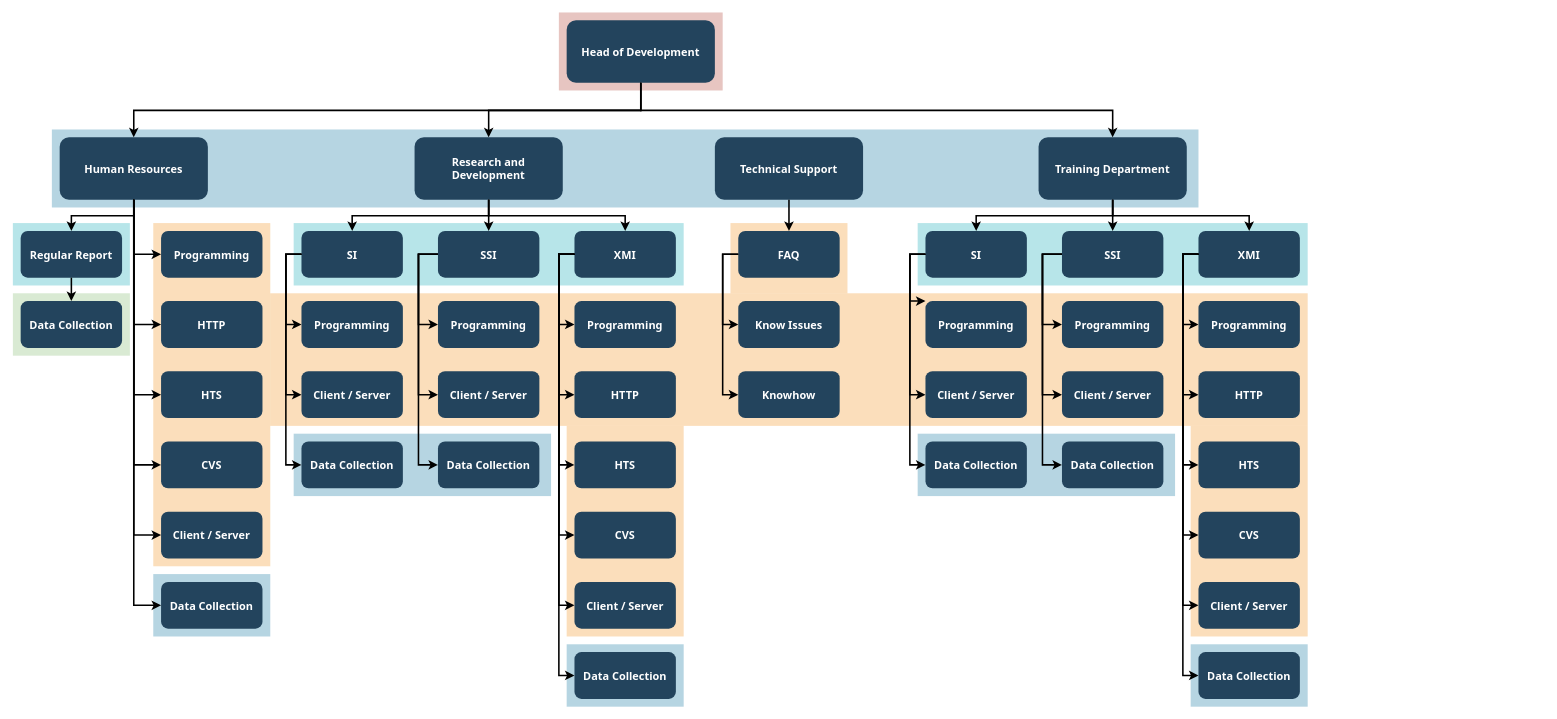
Before: Linux Diagram.drawio in GIS142857/UML, a draw.io diagram. Source tidied: cells renumbered, new cells numbered last; positions are measured from the earlier drawing's top-left corner, leaving out a move shared by most shapes. Both pictures are drawn from the tidied source at 78%, with x=0, y=0 at pixel (12, 12).
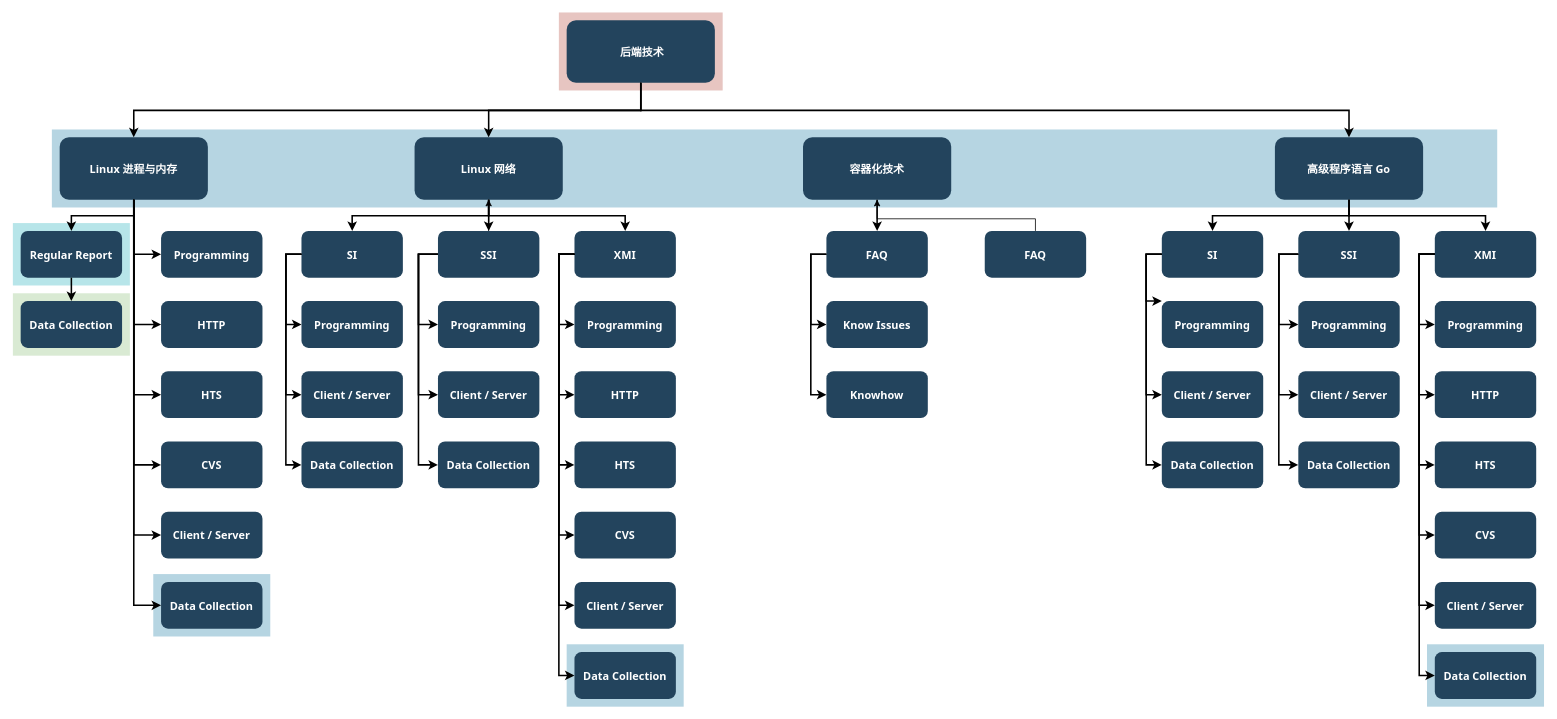
After the change.

The change refers to these unchanged cells:
```xml
<mxCell id="36" value="SSI" style="rounded=1;fillColor=#23445D;gradientColor=none;strokeColor=none;fontColor=#FFFFFF;fontStyle=1;fontFamily=Tahoma;fontSize=14;" parent="1" vertex="1">
  <mxGeometry x="545" y="279.5" width="130" height="60" as="geometry" />
</mxCell>
```

The edit, as a diff of the source:
```diff
@@
     <mxCell id="3" style="fillColor=#10739E;strokeColor=none;opacity=30;" parent="1" vertex="1">
-      <mxGeometry x="50" y="149.5" width="1470" height="100" as="geometry" />
+      <mxGeometry x="50" y="149.5" width="1853" height="100" as="geometry" />
     </mxCell>
-    <mxCell id="4" style="fillColor=#F2931E;strokeColor=none;opacity=30;" parent="1" vertex="1">
-      <mxGeometry x="1510" y="529.5" width="150" height="270" as="geometry" />
-    </mxCell>
-    <mxCell id="5" style="fillColor=#F2931E;strokeColor=none;opacity=30;" parent="1" vertex="1">
-      <mxGeometry x="920" y="269.5" width="150" height="90" as="geometry" />
-    </mxCell>
-    <mxCell id="6" style="fillColor=#F2931E;strokeColor=none;opacity=30;" parent="1" vertex="1">
-      <mxGeometry x="710" y="529.5" width="150" height="270" as="geometry" />
-    </mxCell>
-    <mxCell id="7" style="fillColor=#F2931E;strokeColor=none;opacity=30;" parent="1" vertex="1">
-      <mxGeometry x="180" y="269.5" width="150" height="440" as="geometry" />
-    </mxCell>
-    <mxCell id="8" style="fillColor=#F2931E;strokeColor=none;opacity=30;" parent="1" vertex="1">
-      <mxGeometry x="330" y="359.5" width="1330" height="170" as="geometry" />
-    </mxCell>
     <mxCell id="9" style="fillColor=#10739E;strokeColor=none;opacity=30;" parent="1" vertex="1">
-      <mxGeometry x="1510" y="809.5" width="150" height="80" as="geometry" />
+      <mxGeometry x="1813" y="809.5" width="150" height="80" as="geometry" />
     </mxCell>
-    <mxCell id="10" style="fillColor=#10739E;strokeColor=none;opacity=30;" parent="1" vertex="1">
-      <mxGeometry x="1160" y="539.5" width="330" height="80" as="geometry" />
-    </mxCell>
@@
-    <mxCell id="12" style="fillColor=#10739E;strokeColor=none;opacity=30;" parent="1" vertex="1">
-      <mxGeometry x="360" y="539.5" width="330" height="80" as="geometry" />
-    </mxCell>
@@
-    <mxCell id="15" style="fillColor=#12AAB5;strokeColor=none;opacity=30;" parent="1" vertex="1">
-      <mxGeometry x="1160" y="269.5" width="500" height="80" as="geometry" />
-    </mxCell>
-    <mxCell id="16" style="fillColor=#12AAB5;strokeColor=none;opacity=30;" parent="1" vertex="1">
-      <mxGeometry x="360" y="269.5" width="500" height="80" as="geometry" />
-    </mxCell>
@@
-    <mxCell id="18" value="Head of Development" style="rounded=1;fillColor=#23445D;gradientColor=none;strokeColor=none;fontColor=#FFFFFF;fontStyle=1;fontFamily=Tahoma;fontSize=14;" parent="1" vertex="1">
+    <mxCell id="18" value=" 后端技术" style="rounded=1;fillColor=#23445D;gradientColor=none;strokeColor=none;fontColor=#FFFFFF;fontStyle=1;fontFamily=Tahoma;fontSize=14;" parent="1" vertex="1">
       <mxGeometry x="710" y="9.5" width="190" height="80" as="geometry" />
     </mxCell>
-    <mxCell id="19" value="Training Department" style="rounded=1;fillColor=#23445D;gradientColor=none;strokeColor=none;fontColor=#FFFFFF;fontStyle=1;fontFamily=Tahoma;fontSize=14;" parent="1" vertex="1">
-      <mxGeometry x="1315" y="159.5" width="190" height="80" as="geometry" />
+    <mxCell id="19" value="高级程序语言 Go" style="rounded=1;fillColor=#23445D;gradientColor=none;strokeColor=none;fontColor=#FFFFFF;fontStyle=1;fontFamily=Tahoma;fontSize=14;" parent="1" vertex="1">
+      <mxGeometry x="1618" y="159.5" width="190" height="80" as="geometry" />
     </mxCell>
@@
-    <mxCell id="21" value="Technical Support" style="rounded=1;fillColor=#23445D;gradientColor=none;strokeColor=none;fontColor=#FFFFFF;fontStyle=1;fontFamily=Tahoma;fontSize=14;" parent="1" vertex="1">
-      <mxGeometry x="900" y="159.5" width="190" height="80" as="geometry" />
+    <mxCell id="21" value="容器化技术" style="rounded=1;fillColor=#23445D;gradientColor=none;strokeColor=none;fontColor=#FFFFFF;fontStyle=1;fontFamily=Tahoma;fontSize=14;" parent="1" vertex="1">
+      <mxGeometry x="1013" y="159.5" width="190" height="80" as="geometry" />
     </mxCell>
-    <mxCell id="22" value="Research and &#10;Development" style="rounded=1;fillColor=#23445D;gradientColor=none;strokeColor=none;fontColor=#FFFFFF;fontStyle=1;fontFamily=Tahoma;fontSize=14;" parent="1" vertex="1">
+    <mxCell id="22" value="Linux 网络" style="rounded=1;fillColor=#23445D;gradientColor=none;strokeColor=none;fontColor=#FFFFFF;fontStyle=1;fontFamily=Tahoma;fontSize=14;" parent="1" vertex="1">
       <mxGeometry x="515" y="159.5" width="190" height="80" as="geometry" />
     </mxCell>
-    <mxCell id="23" value="Human Resources" style="rounded=1;fillColor=#23445D;gradientColor=none;strokeColor=none;fontColor=#FFFFFF;fontStyle=1;fontFamily=Tahoma;fontSize=14;" parent="1" vertex="1">
+    <mxCell id="23" value="Linux 进程与内存" style="rounded=1;fillColor=#23445D;gradientColor=none;strokeColor=none;fontColor=#FFFFFF;fontStyle=1;fontFamily=Tahoma;fontSize=14;" parent="1" vertex="1">
       <mxGeometry x="60" y="159.5" width="190" height="80" as="geometry" />
     </mxCell>
@@
+    <mxCell id="108" style="edgeStyle=orthogonalEdgeStyle;rounded=0;jettySize=auto;html=1;" parent="1" edge="1" source="36" target="22">
+      <mxGeometry relative="1" as="geometry" />
+    </mxCell>
@@
     <mxCell id="47" value="FAQ" style="rounded=1;fillColor=#23445D;gradientColor=none;strokeColor=none;fontColor=#FFFFFF;fontStyle=1;fontFamily=Tahoma;fontSize=14;" parent="1" vertex="1">
-      <mxGeometry x="930" y="279.5" width="130" height="60" as="geometry" />
+      <mxGeometry x="1043" y="279.5" width="130" height="60" as="geometry" />
     </mxCell>
     <mxCell id="48" value="Know Issues" style="rounded=1;fillColor=#23445D;gradientColor=none;strokeColor=none;fontColor=#FFFFFF;fontStyle=1;fontFamily=Tahoma;fontSize=14;" parent="1" vertex="1">
-      <mxGeometry x="930" y="369.5" width="130" height="60" as="geometry" />
+      <mxGeometry x="1043" y="369.5" width="130" height="60" as="geometry" />
     </mxCell>
     <mxCell id="49" value="Knowhow" style="rounded=1;fillColor=#23445D;gradientColor=none;strokeColor=none;fontColor=#FFFFFF;fontStyle=1;fontFamily=Tahoma;fontSize=14;" parent="1" vertex="1">
-      <mxGeometry x="930" y="459.5" width="130" height="60" as="geometry" />
+      <mxGeometry x="1043" y="459.5" width="130" height="60" as="geometry" />
     </mxCell>
     <mxCell id="50" value="SI" style="rounded=1;fillColor=#23445D;gradientColor=none;strokeColor=none;fontColor=#FFFFFF;fontStyle=1;fontFamily=Tahoma;fontSize=14;" parent="1" vertex="1">
-      <mxGeometry x="1170" y="279.5" width="130" height="60" as="geometry" />
+      <mxGeometry x="1473" y="279.5" width="130" height="60" as="geometry" />
     </mxCell>
     <mxCell id="51" value="Programming" style="rounded=1;fillColor=#23445D;gradientColor=none;strokeColor=none;fontColor=#FFFFFF;fontStyle=1;fontFamily=Tahoma;fontSize=14;" parent="1" vertex="1">
-      <mxGeometry x="1170" y="369.5" width="130" height="60" as="geometry" />
+      <mxGeometry x="1473" y="369.5" width="130" height="60" as="geometry" />
     </mxCell>
     <mxCell id="52" value="Client / Server" style="rounded=1;fillColor=#23445D;gradientColor=none;strokeColor=none;fontColor=#FFFFFF;fontStyle=1;fontFamily=Tahoma;fontSize=14;" parent="1" vertex="1">
-      <mxGeometry x="1170" y="459.5" width="130" height="60" as="geometry" />
+      <mxGeometry x="1473" y="459.5" width="130" height="60" as="geometry" />
     </mxCell>
     <mxCell id="53" value="Data Collection" style="rounded=1;fillColor=#23445D;gradientColor=none;strokeColor=none;fontColor=#FFFFFF;fontStyle=1;fontFamily=Tahoma;fontSize=14;" parent="1" vertex="1">
-      <mxGeometry x="1170" y="549.5" width="130" height="60" as="geometry" />
+      <mxGeometry x="1473" y="549.5" width="130" height="60" as="geometry" />
     </mxCell>
     <mxCell id="54" value="SSI" style="rounded=1;fillColor=#23445D;gradientColor=none;strokeColor=none;fontColor=#FFFFFF;fontStyle=1;fontFamily=Tahoma;fontSize=14;" parent="1" vertex="1">
-      <mxGeometry x="1345" y="279.5" width="130" height="60" as="geometry" />
+      <mxGeometry x="1648" y="279.5" width="130" height="60" as="geometry" />
     </mxCell>
     <mxCell id="55" value="Programming" style="rounded=1;fillColor=#23445D;gradientColor=none;strokeColor=none;fontColor=#FFFFFF;fontStyle=1;fontFamily=Tahoma;fontSize=14;" parent="1" vertex="1">
-      <mxGeometry x="1345" y="369.5" width="130" height="60" as="geometry" />
+      <mxGeometry x="1648" y="369.5" width="130" height="60" as="geometry" />
     </mxCell>
     <mxCell id="56" value="Client / Server" style="rounded=1;fillColor=#23445D;gradientColor=none;strokeColor=none;fontColor=#FFFFFF;fontStyle=1;fontFamily=Tahoma;fontSize=14;" parent="1" vertex="1">
-      <mxGeometry x="1345" y="459.5" width="130" height="60" as="geometry" />
+      <mxGeometry x="1648" y="459.5" width="130" height="60" as="geometry" />
     </mxCell>
     <mxCell id="57" value="Data Collection" style="rounded=1;fillColor=#23445D;gradientColor=none;strokeColor=none;fontColor=#FFFFFF;fontStyle=1;fontFamily=Tahoma;fontSize=14;" parent="1" vertex="1">
-      <mxGeometry x="1345" y="549.5" width="130" height="60" as="geometry" />
+      <mxGeometry x="1648" y="549.5" width="130" height="60" as="geometry" />
     </mxCell>
     <mxCell id="58" value="XMI" style="rounded=1;fillColor=#23445D;gradientColor=none;strokeColor=none;fontColor=#FFFFFF;fontStyle=1;fontFamily=Tahoma;fontSize=14;" parent="1" vertex="1">
-      <mxGeometry x="1520" y="279.5" width="130" height="60" as="geometry" />
+      <mxGeometry x="1823" y="279.5" width="130" height="60" as="geometry" />
     </mxCell>
     <mxCell id="59" value="Programming" style="rounded=1;fillColor=#23445D;gradientColor=none;strokeColor=none;fontColor=#FFFFFF;fontStyle=1;fontFamily=Tahoma;fontSize=14;" parent="1" vertex="1">
-      <mxGeometry x="1520" y="369.5" width="130" height="60" as="geometry" />
+      <mxGeometry x="1823" y="369.5" width="130" height="60" as="geometry" />
     </mxCell>
     <mxCell id="60" value="HTTP" style="rounded=1;fillColor=#23445D;gradientColor=none;strokeColor=none;fontColor=#FFFFFF;fontStyle=1;fontFamily=Tahoma;fontSize=14;" parent="1" vertex="1">
-      <mxGeometry x="1520" y="459.5" width="130" height="60" as="geometry" />
+      <mxGeometry x="1823" y="459.5" width="130" height="60" as="geometry" />
     </mxCell>
     <mxCell id="61" value="HTS" style="rounded=1;fillColor=#23445D;gradientColor=none;strokeColor=none;fontColor=#FFFFFF;fontStyle=1;fontFamily=Tahoma;fontSize=14;" parent="1" vertex="1">
-      <mxGeometry x="1520" y="549.5" width="130" height="60" as="geometry" />
+      <mxGeometry x="1823" y="549.5" width="130" height="60" as="geometry" />
     </mxCell>
     <mxCell id="62" value="CVS" style="rounded=1;fillColor=#23445D;gradientColor=none;strokeColor=none;fontColor=#FFFFFF;fontStyle=1;fontFamily=Tahoma;fontSize=14;" parent="1" vertex="1">
-      <mxGeometry x="1520" y="639.5" width="130" height="60" as="geometry" />
+      <mxGeometry x="1823" y="639.5" width="130" height="60" as="geometry" />
     </mxCell>
     <mxCell id="63" value="Client / Server" style="rounded=1;fillColor=#23445D;gradientColor=none;strokeColor=none;fontColor=#FFFFFF;fontStyle=1;fontFamily=Tahoma;fontSize=14;" parent="1" vertex="1">
-      <mxGeometry x="1520" y="729.5" width="130" height="60" as="geometry" />
+      <mxGeometry x="1823" y="729.5" width="130" height="60" as="geometry" />
     </mxCell>
     <mxCell id="64" value="Data Collection" style="rounded=1;fillColor=#23445D;gradientColor=none;strokeColor=none;fontColor=#FFFFFF;fontStyle=1;fontFamily=Tahoma;fontSize=14;" parent="1" vertex="1">
-      <mxGeometry x="1520" y="819.5" width="130" height="60" as="geometry" />
+      <mxGeometry x="1823" y="819.5" width="130" height="60" as="geometry" />
     </mxCell>
@@
     <mxCell id="86" style="edgeStyle=elbowEdgeStyle;elbow=horizontal;strokeWidth=2;rounded=0;" parent="1" edge="1" source="47" target="48">
       <mxGeometry x="-23" y="135.5" as="geometry">
         <Array as="points">
-          <mxPoint x="910" y="359.5" />
+          <mxPoint x="1023" y="359.5" />
         </Array>
       </mxGeometry>
     </mxCell>
     <mxCell id="87" style="edgeStyle=elbowEdgeStyle;elbow=horizontal;strokeWidth=2;rounded=0;" parent="1" edge="1" source="47" target="49">
       <mxGeometry x="-23" y="135.5" as="geometry">
         <Array as="points">
-          <mxPoint x="910" y="409.5" />
+          <mxPoint x="1023" y="409.5" />
         </Array>
       </mxGeometry>
     </mxCell>
     <mxCell id="88" style="edgeStyle=elbowEdgeStyle;elbow=horizontal;strokeWidth=2;rounded=0;" parent="1" edge="1" source="50" target="51">
       <mxGeometry x="-23" y="135.5" as="geometry">
         <Array as="points">
-          <mxPoint x="1150" y="369.5" />
+          <mxPoint x="1453" y="369.5" />
         </Array>
       </mxGeometry>
     </mxCell>
     <mxCell id="89" style="edgeStyle=elbowEdgeStyle;elbow=horizontal;strokeWidth=2;rounded=0;" parent="1" edge="1" source="50" target="52">
       <mxGeometry x="-23" y="135.5" as="geometry">
         <Array as="points">
-          <mxPoint x="1150" y="399.5" />
+          <mxPoint x="1453" y="399.5" />
         </Array>
       </mxGeometry>
     </mxCell>
     <mxCell id="90" style="edgeStyle=elbowEdgeStyle;elbow=horizontal;strokeWidth=2;rounded=0;" parent="1" edge="1" source="50" target="53">
       <mxGeometry x="-23" y="135.5" as="geometry">
         <Array as="points">
-          <mxPoint x="1150" y="449.5" />
+          <mxPoint x="1453" y="449.5" />
         </Array>
       </mxGeometry>
     </mxCell>
     <mxCell id="91" style="edgeStyle=elbowEdgeStyle;elbow=horizontal;strokeWidth=2;rounded=0;" parent="1" edge="1" source="54" target="55">
       <mxGeometry x="-23" y="135.5" as="geometry">
         <Array as="points">
-          <mxPoint x="1320" y="359.5" />
+          <mxPoint x="1623" y="359.5" />
         </Array>
       </mxGeometry>
     </mxCell>
     <mxCell id="92" style="edgeStyle=elbowEdgeStyle;elbow=horizontal;strokeWidth=2;rounded=0;" parent="1" edge="1" source="54" target="56">
       <mxGeometry x="-23" y="135.5" as="geometry">
         <Array as="points">
-          <mxPoint x="1320" y="419.5" />
+          <mxPoint x="1623" y="419.5" />
         </Array>
       </mxGeometry>
     </mxCell>
     <mxCell id="93" style="edgeStyle=elbowEdgeStyle;elbow=horizontal;strokeWidth=2;rounded=0;" parent="1" edge="1" source="54" target="57">
       <mxGeometry x="-23" y="135.5" as="geometry">
         <Array as="points">
-          <mxPoint x="1320" y="449.5" />
+          <mxPoint x="1623" y="449.5" />
         </Array>
       </mxGeometry>
     </mxCell>
     <mxCell id="94" style="edgeStyle=elbowEdgeStyle;elbow=horizontal;strokeWidth=2;rounded=0;" parent="1" edge="1" source="58" target="59">
       <mxGeometry x="-23" y="135.5" as="geometry">
         <Array as="points">
-          <mxPoint x="1500" y="359.5" />
+          <mxPoint x="1803" y="359.5" />
         </Array>
       </mxGeometry>
     </mxCell>
     <mxCell id="95" style="edgeStyle=elbowEdgeStyle;elbow=horizontal;strokeWidth=2;rounded=0;" parent="1" edge="1" source="58" target="60">
       <mxGeometry x="-23" y="135.5" as="geometry">
         <Array as="points">
-          <mxPoint x="1500" y="399.5" />
+          <mxPoint x="1803" y="399.5" />
         </Array>
       </mxGeometry>
     </mxCell>
     <mxCell id="96" style="edgeStyle=elbowEdgeStyle;elbow=horizontal;strokeWidth=2;rounded=0;" parent="1" edge="1" source="58" target="61">
       <mxGeometry x="-23" y="135.5" as="geometry">
         <Array as="points">
-          <mxPoint x="1500" y="449.5" />
+          <mxPoint x="1803" y="449.5" />
         </Array>
       </mxGeometry>
     </mxCell>
     <mxCell id="97" style="edgeStyle=elbowEdgeStyle;elbow=horizontal;strokeWidth=2;rounded=0;" parent="1" edge="1" source="58" target="62">
       <mxGeometry x="-23" y="135.5" as="geometry">
         <Array as="points">
-          <mxPoint x="1500" y="499.5" />
+          <mxPoint x="1803" y="499.5" />
         </Array>
       </mxGeometry>
     </mxCell>
     <mxCell id="98" style="edgeStyle=elbowEdgeStyle;elbow=horizontal;strokeWidth=2;rounded=0;" parent="1" edge="1" source="58" target="63">
       <mxGeometry x="-23" y="135.5" as="geometry">
         <Array as="points">
-          <mxPoint x="1500" y="549.5" />
+          <mxPoint x="1803" y="549.5" />
         </Array>
       </mxGeometry>
     </mxCell>
     <mxCell id="99" style="edgeStyle=elbowEdgeStyle;elbow=horizontal;strokeWidth=2;rounded=0;" parent="1" edge="1" source="58" target="64">
       <mxGeometry x="-23" y="135.5" as="geometry">
         <Array as="points">
-          <mxPoint x="1500" y="589.5" />
+          <mxPoint x="1803" y="589.5" />
         </Array>
       </mxGeometry>
     </mxCell>
@@
+    <mxCell id="109" style="edgeStyle=orthogonalEdgeStyle;rounded=0;jettySize=auto;html=1;" parent="1" edge="1" source="110" target="21">
+      <mxGeometry relative="1" as="geometry">
+        <Array as="points">
+          <mxPoint x="1311" y="264" />
+          <mxPoint x="1108" y="264" />
+        </Array>
+      </mxGeometry>
+    </mxCell>
+    <mxCell id="110" value="FAQ" style="rounded=1;fillColor=#23445D;gradientColor=none;strokeColor=none;fontColor=#FFFFFF;fontStyle=1;fontFamily=Tahoma;fontSize=14;" parent="1" vertex="1">
+      <mxGeometry x="1246" y="279.5" width="130" height="60" as="geometry" />
+    </mxCell>
```
